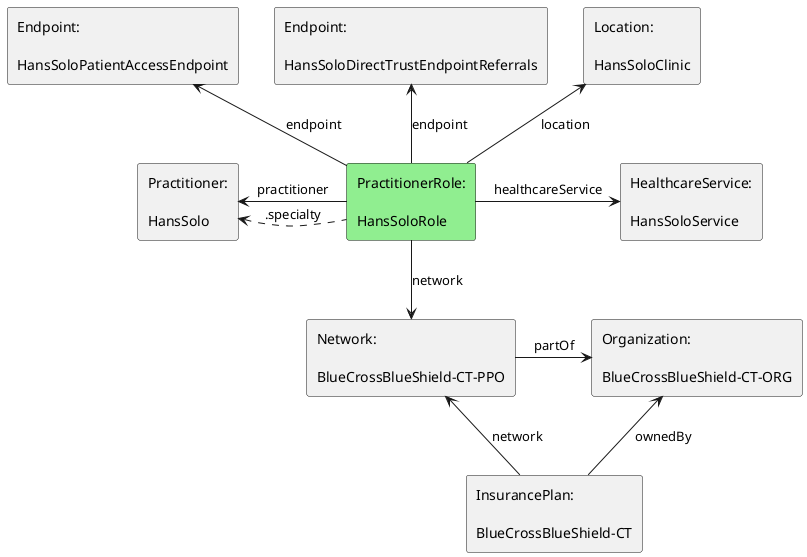
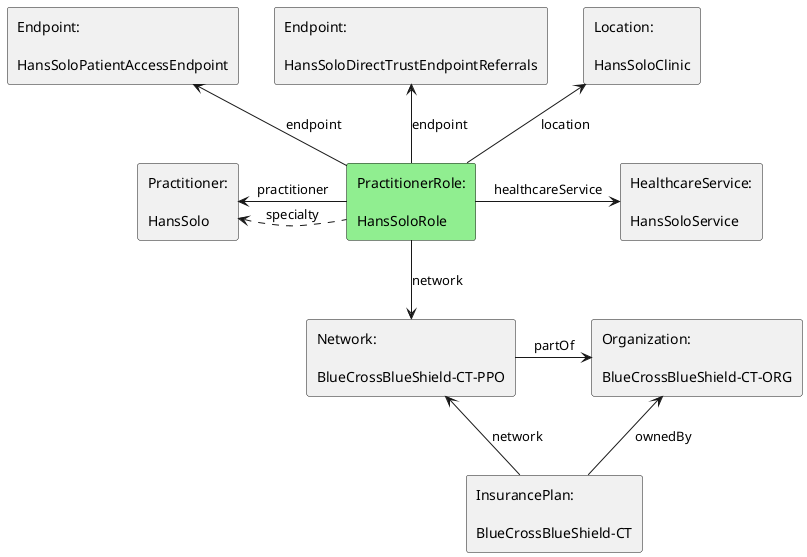
@startuml

agent #LightGreen "PractitionerRole:\n\nHansSoloRole" as practitionerRole
agent "Practitioner:\n\nHansSolo" as practitioner

agent "Location:\n\nHansSoloClinic" as location
agent "HealthcareService:\n\nHansSoloService" as healthcareService
agent "InsurancePlan:\n\nBlueCrossBlueShield-CT" as insurancePlan
agent "Network:\n\nBlueCrossBlueShield-CT-PPO" as network
agent "Organization:\n\nBlueCrossBlueShield-CT-ORG" as organization
agent "Endpoint:\n\nHansSoloDirectTrustEndpointReferrals" as directEndpoint
agent "Endpoint:\n\nHansSoloPatientAccessEndpoint" as patientAccessEndpoint

practitionerRole -left-> practitioner : "practitioner"
- practitionerRole .left.> practitioner: ".specialty"
+ practitionerRole .left.> practitioner: "specialty"
practitionerRole -right-> healthcareService : "healthcareService"
practitionerRole -down-> network : "network"
practitionerRole -up-> location : "location"
practitionerRole -up-> directEndpoint : "endpoint"
practitionerRole -up-> patientAccessEndpoint : "endpoint"
insurancePlan -up-> network : "network"
network -right-> organization : "partOf"
insurancePlan -up-> organization : "ownedBy"

@enduml